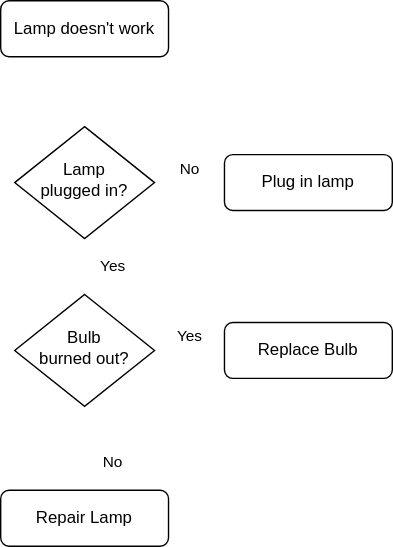
Before: svg/animated.drawio.svg, a diagram exported from draw.io (JuhaW/Vray_Tools). Source tidied: cells renumbered, new cells last; positions are measured from the earlier drawing's top-left corner, leaving out a move shared by most shapes.
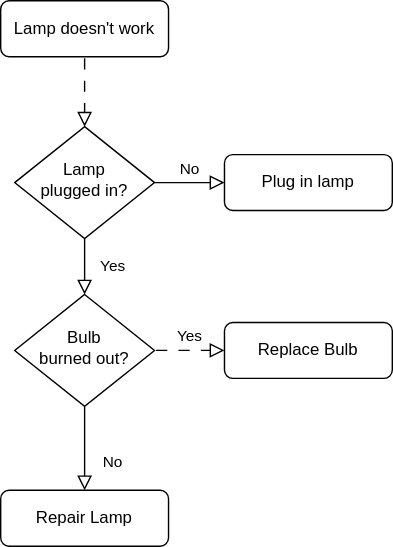
Later version of the same file.

The edit, as a diff of the source:
```diff
@@ -2,16 +2,16 @@
   <root>
     <mxCell id="0" />
     <mxCell id="1" parent="0" />
-    <mxCell id="2" style="rounded=0;html=1;jettySize=auto;fontSize=11;endArrow=block;endFill=0;endSize=8;strokeWidth=1;shadow=0;labelBackgroundColor=none;edgeStyle=orthogonalEdgeStyle;flowAnimation=1;strokeColor=#FFFFFF;" parent="1" edge="1" source="3" target="6">
+    <mxCell id="2" style="rounded=0;html=1;jettySize=auto;fontSize=11;endArrow=block;endFill=0;endSize=8;strokeWidth=1;shadow=0;labelBackgroundColor=none;edgeStyle=orthogonalEdgeStyle;flowAnimation=1;" parent="1" edge="1" source="3" target="6">
       <mxGeometry relative="1" as="geometry" />
     </mxCell>
     <mxCell id="3" value="Lamp doesn't work" style="rounded=1;whiteSpace=wrap;html=1;fontSize=12;glass=0;strokeWidth=1;shadow=0;" parent="1" vertex="1">
       <mxGeometry width="120" height="40" as="geometry" />
     </mxCell>
-    <mxCell id="4" value="Yes" style="rounded=0;html=1;jettySize=auto;fontSize=11;endArrow=block;endFill=0;endSize=8;strokeWidth=1;shadow=0;labelBackgroundColor=none;edgeStyle=orthogonalEdgeStyle;strokeColor=#FFFFFF;" parent="1" edge="1" source="6" target="10">
+    <mxCell id="4" value="Yes" style="rounded=0;html=1;jettySize=auto;fontSize=11;endArrow=block;endFill=0;endSize=8;strokeWidth=1;shadow=0;labelBackgroundColor=none;edgeStyle=orthogonalEdgeStyle;" parent="1" edge="1" source="6" target="10">
       <mxGeometry y="20" relative="1" as="geometry" />
     </mxCell>
-    <mxCell id="5" value="No" style="edgeStyle=orthogonalEdgeStyle;rounded=0;html=1;jettySize=auto;fontSize=11;endArrow=block;endFill=0;endSize=8;strokeWidth=1;shadow=0;labelBackgroundColor=none;strokeColor=#FFFFFF;" parent="1" edge="1" source="6" target="7">
+    <mxCell id="5" value="No" style="edgeStyle=orthogonalEdgeStyle;rounded=0;html=1;jettySize=auto;fontSize=11;endArrow=block;endFill=0;endSize=8;strokeWidth=1;shadow=0;labelBackgroundColor=none;" parent="1" edge="1" source="6" target="7">
       <mxGeometry y="10" relative="1" as="geometry" />
     </mxCell>
     <mxCell id="6" value="Lamp&lt;br&gt;plugged in?" style="rhombus;whiteSpace=wrap;html=1;shadow=0;fontFamily=Helvetica;fontSize=12;align=center;strokeWidth=1;spacing=6;spacingTop=-4;" parent="1" vertex="1">
@@ -20,10 +20,10 @@
     <mxCell id="7" value="Plug in lamp" style="rounded=1;whiteSpace=wrap;html=1;fontSize=12;glass=0;strokeWidth=1;shadow=0;" parent="1" vertex="1">
       <mxGeometry x="160" y="110" width="120" height="40" as="geometry" />
     </mxCell>
-    <mxCell id="8" value="No" style="rounded=0;html=1;jettySize=auto;fontSize=11;endArrow=block;endFill=0;endSize=8;strokeWidth=1;shadow=0;labelBackgroundColor=none;edgeStyle=orthogonalEdgeStyle;strokeColor=#FFFFFF;" parent="1" edge="1" source="10" target="11">
+    <mxCell id="8" value="No" style="rounded=0;html=1;jettySize=auto;fontSize=11;endArrow=block;endFill=0;endSize=8;strokeWidth=1;shadow=0;labelBackgroundColor=none;edgeStyle=orthogonalEdgeStyle;" parent="1" edge="1" source="10" target="11">
       <mxGeometry x="0.33" y="20" relative="1" as="geometry" />
     </mxCell>
-    <mxCell id="9" value="Yes" style="edgeStyle=orthogonalEdgeStyle;rounded=0;html=1;jettySize=auto;fontSize=11;endArrow=block;endFill=0;endSize=8;strokeWidth=1;shadow=0;labelBackgroundColor=none;flowAnimation=1;strokeColor=#FFFFFF;" parent="1" edge="1" source="10" target="12">
+    <mxCell id="9" value="Yes" style="edgeStyle=orthogonalEdgeStyle;rounded=0;html=1;jettySize=auto;fontSize=11;endArrow=block;endFill=0;endSize=8;strokeWidth=1;shadow=0;labelBackgroundColor=none;flowAnimation=1;" parent="1" edge="1" source="10" target="12">
       <mxGeometry y="10" relative="1" as="geometry" />
     </mxCell>
     <mxCell id="10" value="Bulb&lt;br&gt;burned out?" style="rhombus;whiteSpace=wrap;html=1;shadow=0;fontFamily=Helvetica;fontSize=12;align=center;strokeWidth=1;spacing=6;spacingTop=-4;" parent="1" vertex="1">
```
